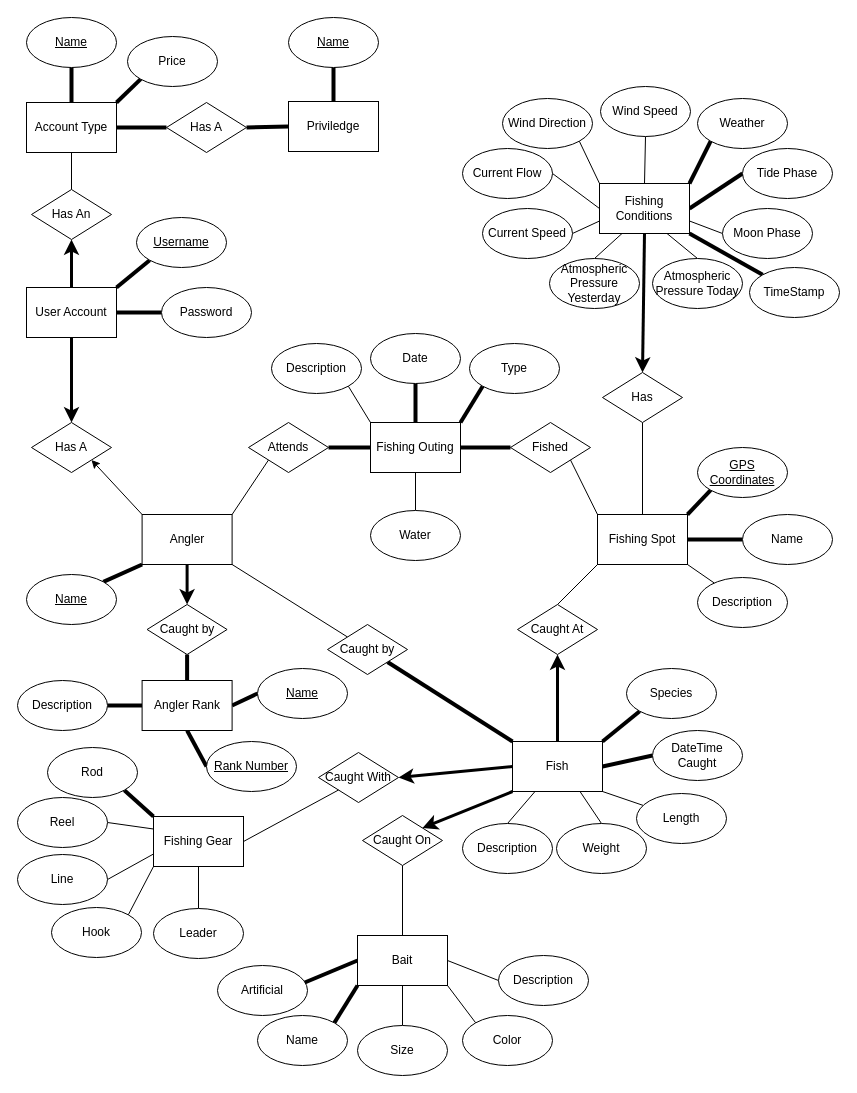
This is db/fishing.drawio from rjmcginness/FishingStories, a draw.io file, before an edit. Source tidied: cells renumbered, new cells numbered last; positions are measured from the earlier drawing's top-left corner, leaving out a move shared by most shapes. Both pictures are drawn from the tidied source at 100%, with x=0, y=0 at pixel (17, 17).
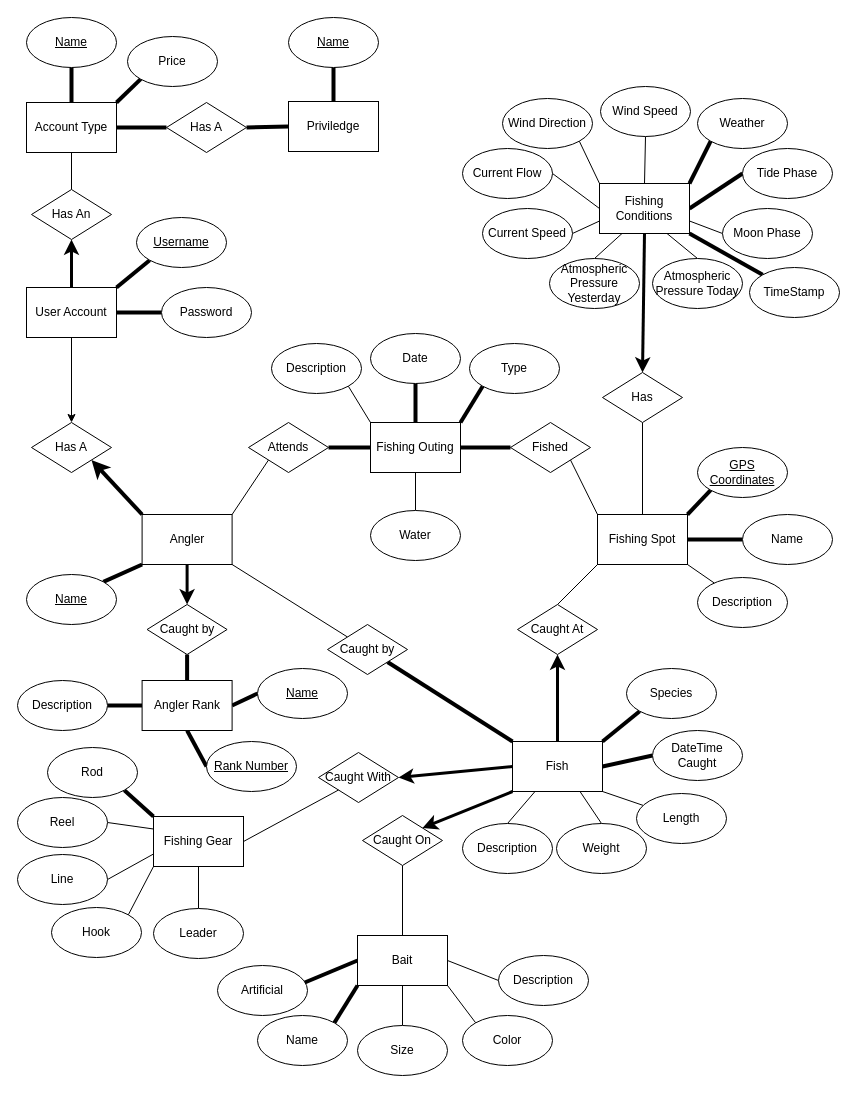
The same page after the edit.

Unchanged cells that the change refers to:
```xml
<mxCell id="87" value="Angler" style="rounded=0;whiteSpace=wrap;html=1;" parent="1" vertex="1">
  <mxGeometry x="124.6" y="497" width="90" height="50" as="geometry" />
</mxCell>
<mxCell id="96" value="User Account" style="rounded=0;whiteSpace=wrap;html=1;" parent="1" vertex="1">
  <mxGeometry x="9" y="270" width="90" height="50" as="geometry" />
</mxCell>
<mxCell id="98" value="Has A" style="rhombus;whiteSpace=wrap;html=1;" parent="1" vertex="1">
  <mxGeometry x="14" y="405" width="80" height="50" as="geometry" />
</mxCell>
```

Change to the diagram source:
```diff
@@
-    <mxCell id="94" style="edgeStyle=none;html=1;exitX=0.5;exitY=1;exitDx=0;exitDy=0;entryX=0.5;entryY=0;entryDx=0;entryDy=0;startArrow=none;startFill=0;endArrow=classic;endFill=1;strokeWidth=3;" parent="1" edge="1" source="96" target="98">
+    <mxCell id="94" style="edgeStyle=none;html=1;exitX=0.5;exitY=1;exitDx=0;exitDy=0;entryX=0.5;entryY=0;entryDx=0;entryDy=0;startArrow=none;startFill=0;endArrow=classic;endFill=1;strokeWidth=1;" parent="1" edge="1" source="96" target="98">
       <mxGeometry relative="1" as="geometry" />
     </mxCell>
@@
-    <mxCell id="97" style="edgeStyle=none;html=1;exitX=1;exitY=1;exitDx=0;exitDy=0;endArrow=none;endFill=0;strokeWidth=1;startArrow=classic;startFill=1;entryX=0;entryY=0;entryDx=0;entryDy=0;" parent="1" edge="1" source="98" target="87">
+    <mxCell id="97" style="edgeStyle=none;html=1;exitX=1;exitY=1;exitDx=0;exitDy=0;endArrow=none;endFill=0;strokeWidth=4;startArrow=classic;startFill=1;entryX=0;entryY=0;entryDx=0;entryDy=0;" parent="1" edge="1" source="98" target="87">
       <mxGeometry relative="1" as="geometry" />
     </mxCell>
```
